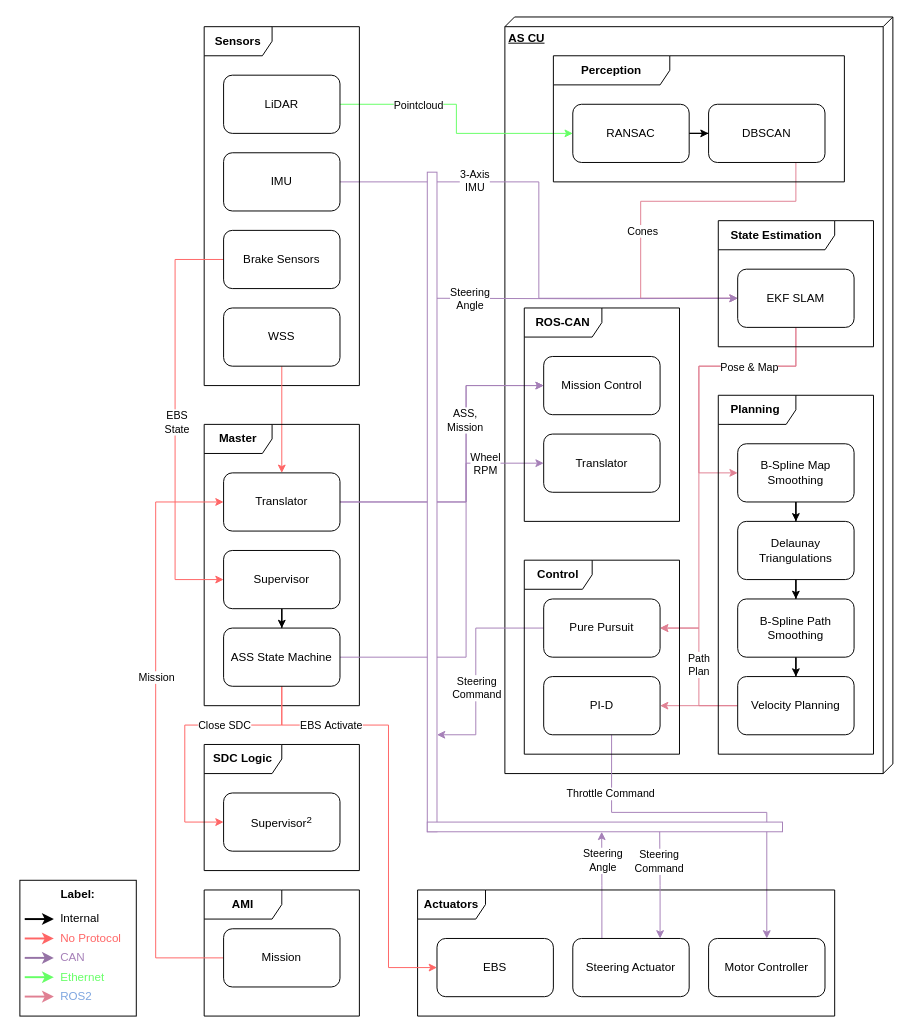
Before: page "FULL FULL" (3 of 3) of docs/diagrams/full.drawio in fs-feup/autonomous-systems, a draw.io diagram. Source tidied: cells renumbered, new cells numbered last; positions are measured from the earlier drawing's top-left corner, leaving out a move shared by most shapes. Both pictures are drawn from the tidied source at 97%, with x=0, y=0 at pixel (19, 16).
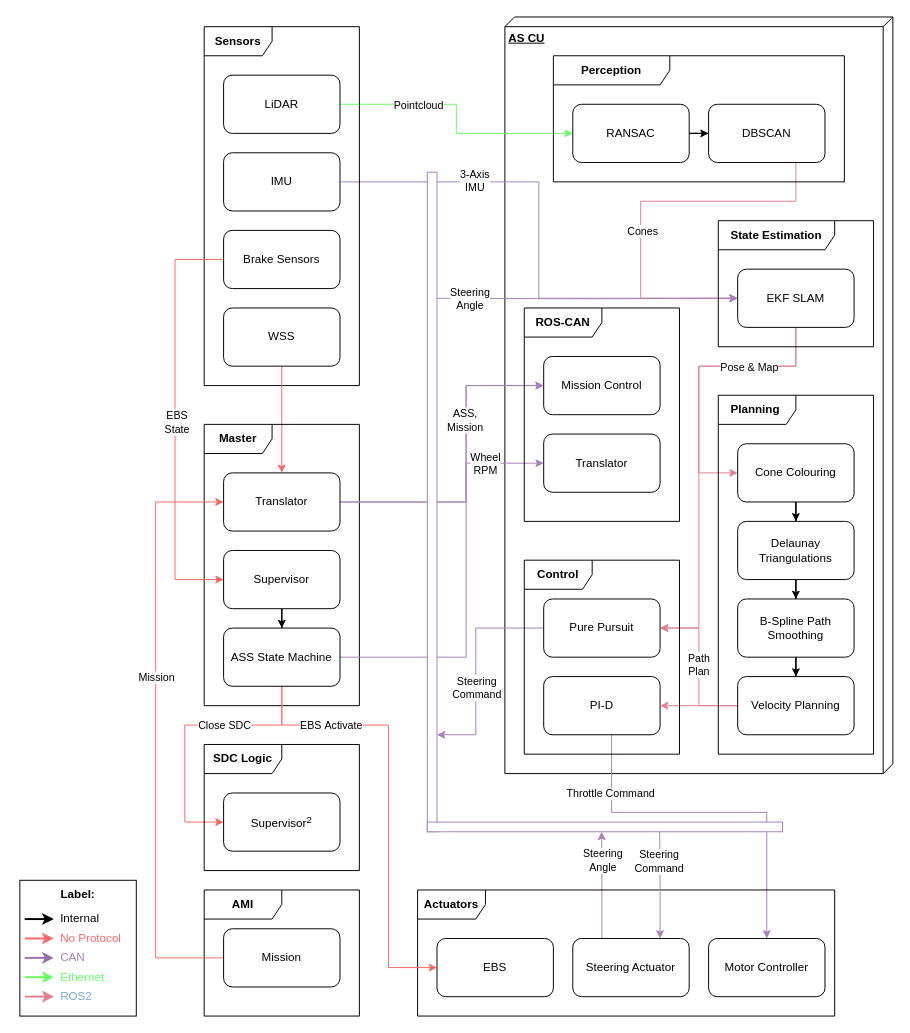
Above is the later version.

What changed in the source:
```diff
@@
-    <mxCell id="23" value="B-Spline Map Smoothing" style="rounded=1;whiteSpace=wrap;html=1;" parent="1" vertex="1">
+    <mxCell id="23" value="Cone Colouring" style="rounded=1;whiteSpace=wrap;html=1;" parent="1" vertex="1">
       <mxGeometry x="740" y="440" width="120" height="60" as="geometry" />
     </mxCell>
```
